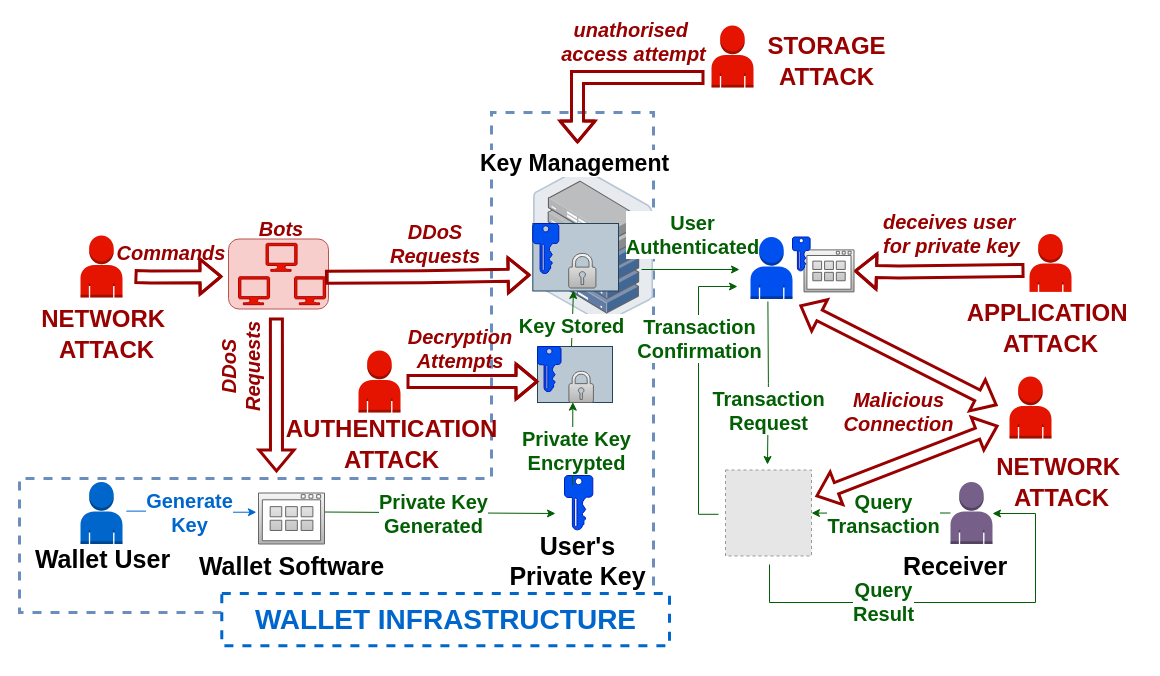
Before: page "attacks" (8 of 10) of assets/crypto-wallets.drawio in xujiahuayz/crypto-wallets, a draw.io diagram. Source tidied: cells renumbered, new cells numbered last; positions are measured from the earlier drawing's top-left corner, leaving out a move shared by most shapes. Both pictures are drawn from the tidied source at 100%, with x=0, y=0 at pixel (19, 24). Pictures stored in the file or linked from it are replaced by grey dashed boxes.
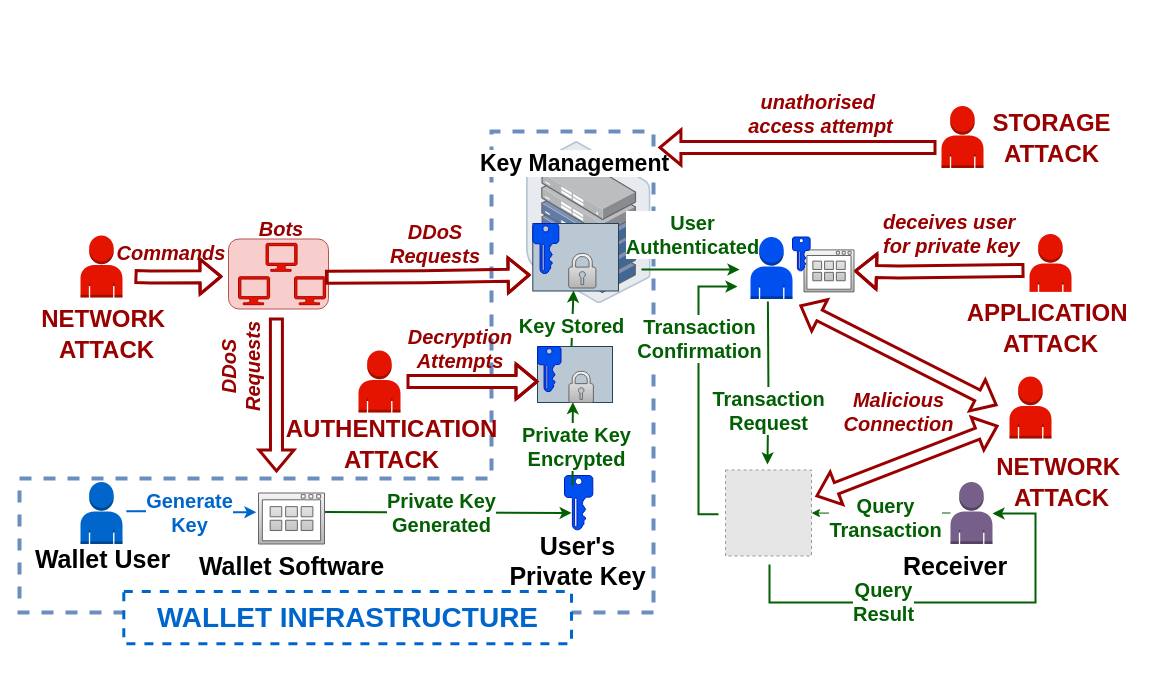
The same diagram, later.

The change refers to these unchanged cells:
```xml
<mxCell id="24" style="sketch=0;shadow=0;dashed=0;html=1;strokeColor=#666666;labelPosition=center;verticalLabelPosition=bottom;verticalAlign=top;align=center;fillColor=#f5f5f5;shape=mxgraph.mscae.enterprise.lock;gradientColor=#b3b3b3;" parent="23" vertex="1">
  <mxGeometry x="31.4" y="24.6" width="24.5" height="31.4" as="geometry" />
</mxCell>
<mxCell id="30" value="&lt;b style=&quot;border-color: var(--border-color);&quot;&gt;&lt;font style=&quot;border-color: var(--border-color); font-size: 25px;&quot;&gt;Wallet Software&lt;/font&gt;&lt;/b&gt;" style="sketch=0;shadow=0;dashed=0;html=1;strokeColor=#666666;labelPosition=center;verticalLabelPosition=bottom;verticalAlign=top;align=center;fillColor=#f5f5f5;shape=mxgraph.mscae.intune.detected_software;gradientColor=#b3b3b3;fontSize=14;" parent="1" vertex="1">
  <mxGeometry x="239" y="468.5" width="66" height="51" as="geometry" />
</mxCell>
<mxCell id="31" style="outlineConnect=0;dashed=0;verticalLabelPosition=bottom;verticalAlign=top;align=center;html=1;shape=mxgraph.aws3.user;fillColor=#0066CC;gradientColor=none;" parent="1" vertex="1">
  <mxGeometry x="61" y="457.5" width="42" height="62" as="geometry" />
</mxCell>
<mxCell id="37" style="sketch=0;shadow=0;dashed=0;html=1;strokeColor=#001DBC;labelPosition=center;verticalLabelPosition=bottom;verticalAlign=top;align=center;fillColor=#0050ef;shape=mxgraph.mscae.enterprise.key_permissions;fontColor=#ffffff;" parent="1" vertex="1">
  <mxGeometry x="545" y="451" width="28.3" height="54.4" as="geometry" />
</mxCell>
<mxCell id="48" style="outlineConnect=0;dashed=0;verticalLabelPosition=bottom;verticalAlign=top;align=center;html=1;shape=mxgraph.aws3.user;fillColor=#76608a;fontColor=#ffffff;strokeColor=#432D57;" parent="1" vertex="1">
  <mxGeometry x="931" y="457.5" width="42" height="62" as="geometry" />
</mxCell>
<mxCell id="49" style="edgeStyle=orthogonalEdgeStyle;rounded=0;jettySize=auto;html=1;fillColor=#ffe6cc;strokeColor=#025f03;fontColor=#025f03;" parent="1" edge="1" source="48">
  <mxGeometry relative="1" as="geometry">
    <mxPoint x="792" y="488.6" as="targetPoint" />
  </mxGeometry>
</mxCell>
<mxCell id="63" value="&lt;b style=&quot;font-size: 23px;&quot;&gt;Key Management&lt;br&gt;&lt;/b&gt;" style="text;html=1;align=center;verticalAlign=middle;points=[];strokeColor=none;fillColor=none;labelBackgroundColor=default;" parent="1" vertex="1">
  <mxGeometry x="450" y="119" width="209" height="39" as="geometry" />
</mxCell>
```

Change to the diagram source:
```diff
@@
-    <mxCell id="2" style="shape=corner;whiteSpace=wrap;html=1;rotation=-180;dx=162;dy=134;fillColor=none;dashed=1;strokeWidth=3;strokeColor=#6c8ebf;" parent="1" vertex="1">
-      <mxGeometry y="88" width="634" height="500" as="geometry" />
+    <mxCell id="2" style="shape=corner;whiteSpace=wrap;html=1;rotation=-180;dx=162;dy=134;fillColor=none;dashed=1;strokeWidth=4;strokeColor=#6c8ebf;" parent="1" vertex="1">
+      <mxGeometry y="107.1" width="634" height="481" as="geometry" />
     </mxCell>
-    <mxCell id="3" style="endArrow=classic;html=1;rounded=0;fillColor=#ffe6cc;strokeColor=#025f03;fontColor=#025f03;exitX=0.993;exitY=0.373;exitDx=0;exitDy=0;exitPerimeter=0;" parent="1" edge="1" source="30">
-      <mxGeometry relative="1" as="geometry">
-        <mxPoint x="536" y="489" as="targetPoint" />
-      </mxGeometry>
+    <mxCell id="3" style="endArrow=classic;html=1;rounded=0;fillColor=#ffe6cc;strokeColor=#025f03;fontColor=#025f03;exitX=0.993;exitY=0.373;exitDx=0;exitDy=0;exitPerimeter=0;strokeWidth=2;entryX=0.253;entryY=0.689;entryDx=0;entryDy=0;entryPerimeter=0;" parent="1" edge="1" source="30" target="37">
+      <mxGeometry relative="1" as="geometry" />
     </mxCell>
@@
     <mxCell id="19" style="image;html=1;align=center;shadow=0;dashed=0;image=img/lib/allied_telesis/storage/Datacenter_Server_Half_Rack_ToR.svg;" parent="1" vertex="1">
-      <mxGeometry x="514" y="143" width="120.2" height="156.2" as="geometry" />
+      <mxGeometry x="507" y="117" width="124.7" height="162" as="geometry" />
     </mxCell>
@@
-    <mxCell id="32" style="edgeStyle=orthogonalEdgeStyle;rounded=0;jettySize=auto;html=1;strokeColor=#0066CC;exitX=1.091;exitY=0.47;exitDx=0;exitDy=0;exitPerimeter=0;entryX=-0.032;entryY=0.377;entryDx=0;entryDy=0;entryPerimeter=0;" parent="1" edge="1" source="31" target="30">
+    <mxCell id="32" style="edgeStyle=orthogonalEdgeStyle;rounded=0;jettySize=auto;html=1;strokeColor=#0066CC;exitX=1.091;exitY=0.47;exitDx=0;exitDy=0;exitPerimeter=0;entryX=-0.032;entryY=0.377;entryDx=0;entryDy=0;entryPerimeter=0;strokeWidth=2;" parent="1" edge="1" source="31" target="30">
       <mxGeometry relative="1" as="geometry" />
     </mxCell>
@@
-    <mxCell id="34" style="endArrow=classic;html=1;rounded=0;fillColor=#ffe6cc;strokeColor=#025f03;fontColor=#025f03;" parent="1" edge="1">
+    <mxCell id="34" style="endArrow=classic;html=1;rounded=0;fillColor=#ffe6cc;strokeColor=#025f03;fontColor=#025f03;strokeWidth=2;" parent="1" edge="1">
       <mxGeometry relative="1" as="geometry">
         <mxPoint x="552" y="322" as="sourcePoint" />
         <mxPoint x="554" y="266" as="targetPoint" />
       </mxGeometry>
     </mxCell>
@@
-    <mxCell id="38" style="endArrow=classic;html=1;rounded=0;fillColor=#ffe6cc;strokeColor=#025f03;fontColor=#025f03;entryX=0.161;entryY=0.989;entryDx=0;entryDy=0;entryPerimeter=0;" parent="1" edge="1" target="24">
+    <mxCell id="38" style="endArrow=classic;html=1;rounded=0;fillColor=#ffe6cc;strokeColor=#025f03;fontColor=#025f03;entryX=0.161;entryY=0.989;entryDx=0;entryDy=0;entryPerimeter=0;strokeWidth=2;" parent="1" edge="1" target="24">
       <mxGeometry relative="1" as="geometry">
         <mxPoint x="553" y="461" as="sourcePoint" />
       </mxGeometry>
     </mxCell>
     <mxCell id="39" value="&lt;font style=&quot;font-size: 20px;&quot;&gt;Private Key&lt;br style=&quot;&quot;&gt;Encrypted&lt;/font&gt;" style="edgeLabel;html=1;align=center;verticalAlign=middle;fontSize=12;fontStyle=1;fontColor=#025f03;" parent="1" vertex="1">
-      <mxGeometry x="564" y="412" as="geometry">
-        <mxPoint x="-8" y="13" as="offset" />
+      <mxGeometry x="564" y="416" as="geometry">
+        <mxPoint x="-8" y="5" as="offset" />
       </mxGeometry>
     </mxCell>
@@
-    <mxCell id="42" style="edgeStyle=orthogonalEdgeStyle;rounded=0;orthogonalLoop=1;jettySize=auto;html=1;fillColor=#ffe6cc;strokeColor=#025f03;fontColor=#025f03;" parent="1" edge="1">
+    <mxCell id="42" style="edgeStyle=orthogonalEdgeStyle;rounded=0;orthogonalLoop=1;jettySize=auto;html=1;fillColor=#ffe6cc;strokeColor=#025f03;fontColor=#025f03;strokeWidth=2;" parent="1" edge="1">
       <mxGeometry relative="1" as="geometry">
         <mxPoint x="748.4" y="277" as="sourcePoint" />
         <mxPoint x="748" y="440" as="targetPoint" />
       </mxGeometry>
     </mxCell>
@@
-    <mxCell id="44" style="edgeStyle=orthogonalEdgeStyle;rounded=0;orthogonalLoop=1;jettySize=auto;html=1;fillColor=#ffe6cc;strokeColor=#025f03;fontColor=#025f03;" parent="1" edge="1">
+    <mxCell id="44" style="edgeStyle=orthogonalEdgeStyle;rounded=0;orthogonalLoop=1;jettySize=auto;html=1;fillColor=#ffe6cc;strokeColor=#025f03;fontColor=#025f03;strokeWidth=2;" parent="1" edge="1">
       <mxGeometry relative="1" as="geometry">
         <mxPoint x="699" y="489.8" as="sourcePoint" />
         <mxPoint x="718" y="262" as="targetPoint" />
         <Array as="points">
           <mxPoint x="679" y="490" />
           <mxPoint x="679" y="262" />
         </Array>
       </mxGeometry>
     </mxCell>
@@
-    <mxCell id="46" style="endArrow=classic;html=1;rounded=0;fillColor=#ffe6cc;strokeColor=#025f03;fontColor=#025f03;" parent="1" edge="1">
+    <mxCell id="46" style="endArrow=classic;html=1;rounded=0;fillColor=#ffe6cc;strokeColor=#025f03;fontColor=#025f03;strokeWidth=2;" parent="1" edge="1">
       <mxGeometry relative="1" as="geometry">
         <mxPoint x="622" y="245" as="sourcePoint" />
         <mxPoint x="720" y="245" as="targetPoint" />
       </mxGeometry>
     </mxCell>
@@
     <mxCell id="50" value="&lt;font style=&quot;font-size: 20px;&quot;&gt;Query &lt;br&gt;Transaction&lt;/font&gt;" style="edgeLabel;html=1;align=center;verticalAlign=middle;fontSize=12;fontStyle=1;fontColor=#025f03;" parent="49" vertex="1">
       <mxGeometry x="-0.12" y="3" relative="1" as="geometry">
-        <mxPoint x="-7" y="-3" as="offset" />
+        <mxPoint x="-5" y="1" as="offset" />
       </mxGeometry>
     </mxCell>
-    <mxCell id="51" style="edgeStyle=orthogonalEdgeStyle;rounded=0;jettySize=auto;html=1;fillColor=#ffe6cc;strokeColor=#025f03;fontColor=#025f03;" parent="1" edge="1" target="48">
+    <mxCell id="51" style="edgeStyle=orthogonalEdgeStyle;rounded=0;jettySize=auto;html=1;fillColor=#ffe6cc;strokeColor=#025f03;fontColor=#025f03;strokeWidth=2;" parent="1" edge="1" target="48">
       <mxGeometry relative="1" as="geometry">
         <mxPoint x="750" y="540" as="sourcePoint" />
         <Array as="points">
           <mxPoint x="750" y="578" />
           <mxPoint x="1016" y="578" />
           <mxPoint x="1016" y="489" />
         </Array>
       </mxGeometry>
     </mxCell>
@@
     <mxCell id="60" style="group;" parent="1" vertex="1">
-      <mxGeometry x="189" y="569" width="591" height="65.2" as="geometry" />
+      <mxGeometry x="91" y="567" width="591" height="65.2" as="geometry" />
     </mxCell>
@@
-    <mxCell id="69" style="shape=flexArrow;endArrow=classic;html=1;rounded=0;strokeWidth=3;strokeColor=#990000;" parent="1" edge="1">
+    <mxCell id="69" style="shape=flexArrow;endArrow=classic;html=1;rounded=0;strokeWidth=3;strokeColor=#990000;entryX=0.904;entryY=0.103;entryDx=0;entryDy=0;entryPerimeter=0;" parent="1" edge="1" target="63">
       <mxGeometry relative="1" as="geometry">
-        <mxPoint x="685" y="53" as="sourcePoint" />
-        <mxPoint x="558" y="119" as="targetPoint" />
-        <Array as="points">
-          <mxPoint x="558" y="53" />
-        </Array>
+        <mxPoint x="917" y="123" as="sourcePoint" />
       </mxGeometry>
     </mxCell>
     <mxCell id="70" value="&lt;i style=&quot;border-color: var(--border-color); font-weight: 700; text-align: left; font-size: 20px;&quot;&gt;&lt;font style=&quot;border-color: var(--border-color);&quot; color=&quot;#990000&quot;&gt;unathorised&amp;nbsp;&lt;br&gt;access attempt&lt;/font&gt;&lt;/i&gt;" style="edgeLabel;html=1;align=center;verticalAlign=middle;" parent="69" vertex="1">
       <mxGeometry x="-0.43" y="1" relative="1" as="geometry">
-        <mxPoint x="-17" y="-38" as="offset" />
+        <mxPoint x="-38" y="-36" as="offset" />
       </mxGeometry>
     </mxCell>
-    <mxCell id="71" style="outlineConnect=0;dashed=0;verticalLabelPosition=bottom;verticalAlign=top;align=center;html=1;shape=mxgraph.aws3.user;fillColor=#E51400;strokeColor=#b85450;" parent="1" vertex="1">
-      <mxGeometry x="692" y="1" width="42" height="62" as="geometry" />
-    </mxCell>
+    <mxCell id="73" style="edgeStyle=orthogonalEdgeStyle;rounded=0;orthogonalLoop=1;jettySize=auto;html=1;exitX=0.5;exitY=1;exitDx=0;exitDy=0;exitPerimeter=0;" parent="1" edge="1">
+      <mxGeometry relative="1" as="geometry">
+        <mxPoint x="758" y="101.5" as="sourcePoint" />
+        <mxPoint x="758" y="101.5" as="targetPoint" />
+      </mxGeometry>
+    </mxCell>
+    <mxCell id="74" style="dashed=0;verticalLabelPosition=bottom;verticalAlign=top;align=center;html=1;shape=mxgraph.aws3.user;fillColor=#E51400;strokeColor=#b85450;" parent="1" vertex="1">
+      <mxGeometry x="922" y="81.5" width="42" height="62" as="geometry" />
+    </mxCell>
     <mxCell id="72" value="&lt;font color=&quot;#990000&quot;&gt;&lt;span style=&quot;caret-color: rgb(153, 0, 0); font-size: 24px;&quot;&gt;&lt;b&gt;STORAGE&lt;br&gt;ATTACK&lt;/b&gt;&lt;/span&gt;&lt;/font&gt;" style="text;html=1;align=center;verticalAlign=middle;strokeColor=none;fillColor=none;fontSize=25;" parent="1" vertex="1">
-      <mxGeometry x="739" width="136" height="71" as="geometry" />
+      <mxGeometry x="964" y="77" width="136" height="71" as="geometry" />
     </mxCell>
-    <mxCell id="73" style="edgeStyle=orthogonalEdgeStyle;rounded=0;orthogonalLoop=1;jettySize=auto;html=1;exitX=0.5;exitY=1;exitDx=0;exitDy=0;exitPerimeter=0;" parent="1" edge="1" source="71" target="71">
-      <mxGeometry relative="1" as="geometry" />
-    </mxCell>
```
